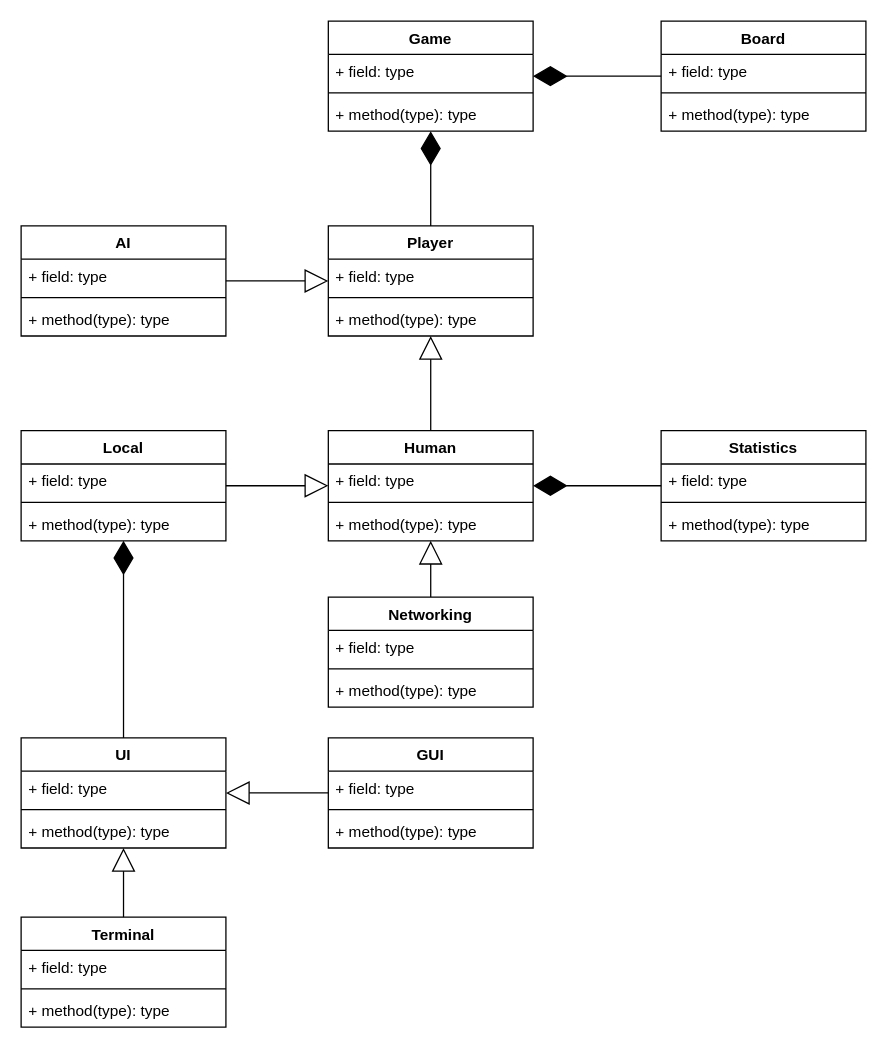
The draw.io diagram Software Object diagram alternate.drawio in Rufushwilliams/NEA---MasterMind, before the edit. Source tidied: cells renumbered, new cells numbered last; positions are measured from the earlier drawing's top-left corner, leaving out a move shared by most shapes. Both pictures are drawn from the tidied source at 128%, with x=0, y=0 at pixel (20, 20).
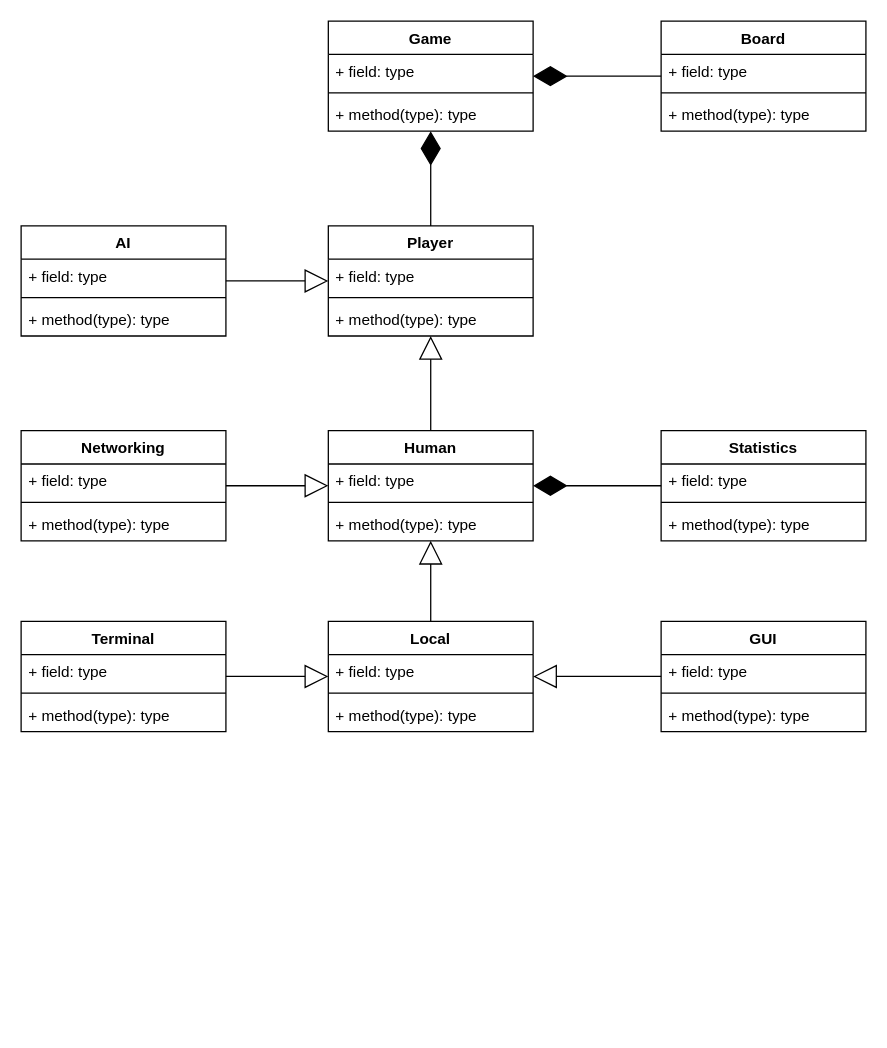
After the change.

Change to the diagram source:
```diff
@@
     <mxCell id="6" value="Terminal" style="swimlane;fontStyle=1;align=center;verticalAlign=top;horizontal=1;startSize=26;" parent="1" vertex="1">
-      <mxGeometry y="700" width="160" height="86" as="geometry" />
+      <mxGeometry y="469" width="160" height="86" as="geometry" />
     </mxCell>
@@
     <mxCell id="10" value="GUI" style="swimlane;fontStyle=1;align=center;verticalAlign=top;horizontal=1;startSize=26;" parent="1" vertex="1">
-      <mxGeometry x="240" y="560" width="160" height="86" as="geometry" />
+      <mxGeometry x="500" y="469" width="160" height="86" as="geometry" />
     </mxCell>
@@
-    <mxCell id="14" value="UI" style="swimlane;fontStyle=1;align=center;verticalAlign=top;horizontal=1;startSize=26;" parent="1" vertex="1">
-      <mxGeometry y="560" width="160" height="86" as="geometry" />
-    </mxCell>
-    <mxCell id="15" value="+ field: type" style="text;strokeColor=none;fillColor=none;align=left;verticalAlign=top;spacingLeft=4;spacingRight=4;overflow=hidden;" parent="14" vertex="1">
-      <mxGeometry y="26" width="160" height="26" as="geometry" />
-    </mxCell>
-    <mxCell id="16" style="line;strokeWidth=1;fillColor=none;align=left;verticalAlign=middle;spacingTop=-1;spacingLeft=3;spacingRight=3;labelPosition=right;" parent="14" vertex="1">
-      <mxGeometry y="52" width="160" height="8" as="geometry" />
-    </mxCell>
-    <mxCell id="17" value="+ method(type): type" style="text;strokeColor=none;fillColor=none;align=left;verticalAlign=top;spacingLeft=4;spacingRight=4;overflow=hidden;" parent="14" vertex="1">
-      <mxGeometry y="60" width="160" height="26" as="geometry" />
-    </mxCell>
@@
     <mxCell id="31" value="Networking" style="swimlane;fontStyle=1;align=center;verticalAlign=top;horizontal=1;startSize=26;" parent="1" vertex="1">
-      <mxGeometry x="240" y="450" width="160" height="86" as="geometry" />
+      <mxGeometry y="320" width="160" height="86" as="geometry" />
     </mxCell>
@@
     <mxCell id="35" value="Local" style="swimlane;fontStyle=1;align=center;verticalAlign=top;horizontal=1;startSize=26;" parent="1" vertex="1">
-      <mxGeometry y="320" width="160" height="86" as="geometry" />
+      <mxGeometry x="240" y="469" width="160" height="86" as="geometry" />
     </mxCell>
@@
-    <mxCell id="39" style="endArrow=block;endSize=16;endFill=0;html=1;rounded=0;" parent="1" edge="1" source="6" target="14">
+    <mxCell id="39" style="endArrow=block;endSize=16;endFill=0;html=1;rounded=0;" parent="1" edge="1" source="6" target="35">
       <mxGeometry relative="1" as="geometry" />
     </mxCell>
@@
-    <mxCell id="54" style="endArrow=block;endSize=16;endFill=0;html=1;rounded=0;" parent="1" edge="1" source="10" target="14">
+    <mxCell id="54" style="endArrow=block;endSize=16;endFill=0;html=1;rounded=0;" parent="1" edge="1" source="10" target="35">
       <mxGeometry relative="1" as="geometry" />
     </mxCell>
-    <mxCell id="55" style="endArrow=diamondThin;endFill=1;endSize=24;html=1;rounded=0;" parent="1" edge="1" source="14" target="35">
-      <mxGeometry relative="1" as="geometry" />
-    </mxCell>
```
